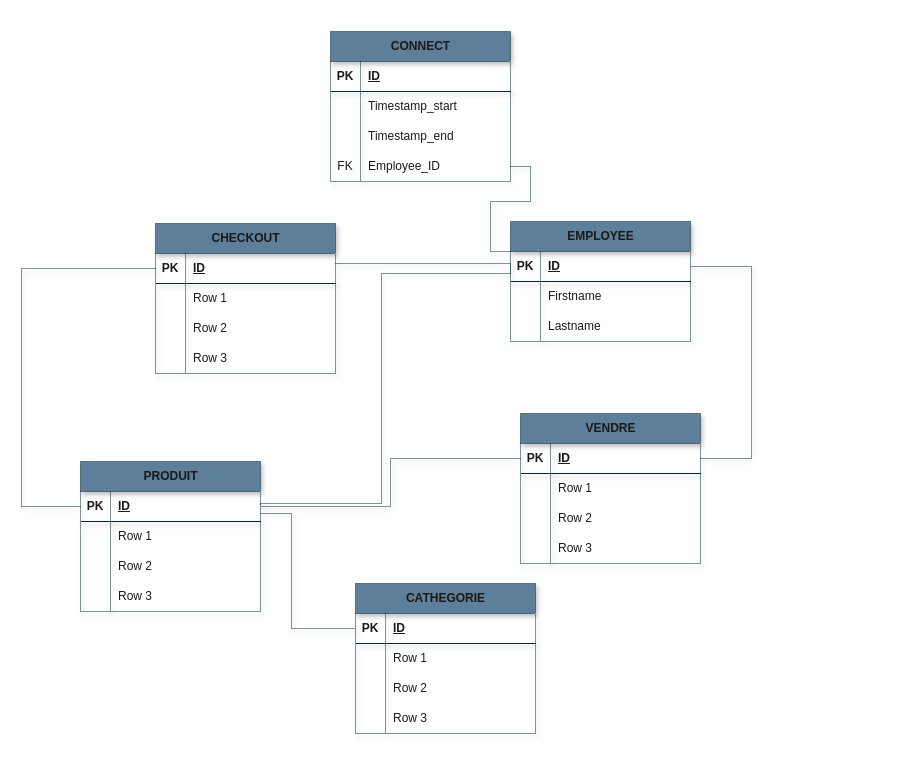
This is page "Page-3" (3 of 3) of Diagramme sans nom 6.drawio from vsilvanska/examen-info-2023, a draw.io file, before an edit. Source tidied: cells renumbered, new cells numbered last; positions are measured from the earlier drawing's top-left corner, leaving out a move shared by most shapes. Both pictures are drawn from the tidied source at 100%, with x=0, y=0 at pixel (21, 31).
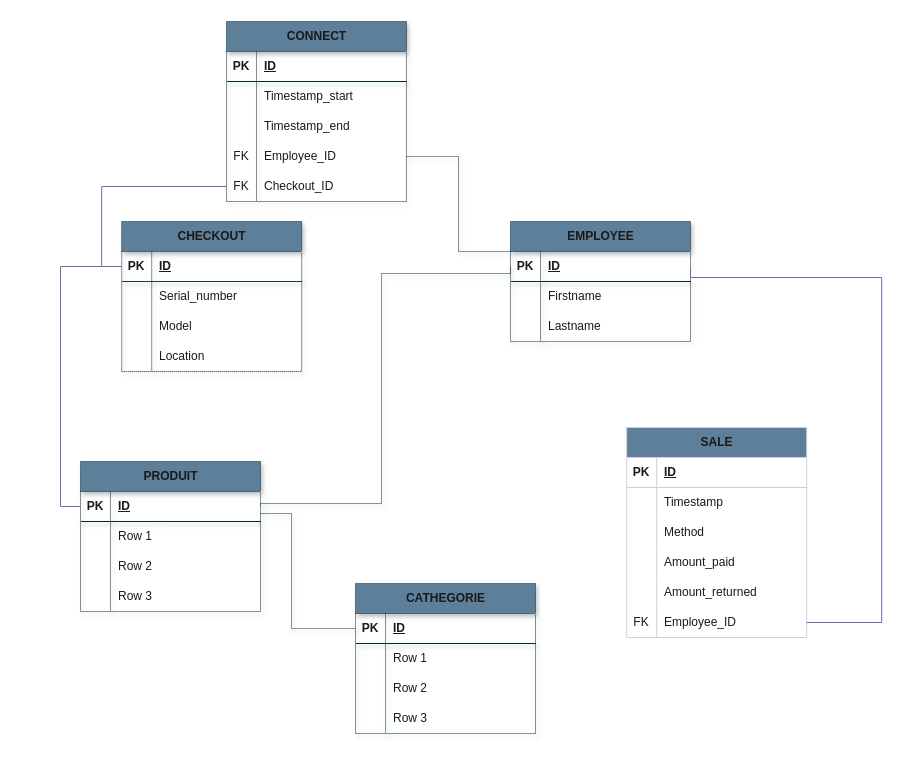
Above is the later version.

Commit message (it also covers changes not shown here):
Mettre à jour Diagramme sans nom 6.drawio

Unchanged cells that the change refers to:
```xml
<mxCell id="16" style="shape=tableRow;horizontal=0;startSize=0;swimlaneHead=0;swimlaneBody=0;fillColor=none;points=[[0,0.5],[1,0.5]];portConstraint=eastwest;top=0;left=0;right=0;bottom=1;strokeColor=#002b33;dashed=1;dashPattern=1 1;shadow=1;labelBackgroundColor=none;fontColor=#1A1A1A;" parent="15" vertex="1">
  <mxGeometry y="30" width="180" height="30" as="geometry" />
</mxCell>
<mxCell id="42" style="shape=tableRow;horizontal=0;startSize=0;swimlaneHead=0;swimlaneBody=0;fillColor=none;points=[[0,0.5],[1,0.5]];portConstraint=eastwest;top=0;left=0;right=0;bottom=1;strokeColor=#002b33;dashed=1;dashPattern=1 1;shadow=1;labelBackgroundColor=none;fontColor=#1A1A1A;" parent="41" vertex="1">
  <mxGeometry y="30" width="180" height="30" as="geometry" />
</mxCell>
<mxCell id="52" style="shape=tableRow;horizontal=0;startSize=0;swimlaneHead=0;swimlaneBody=0;fillColor=none;points=[[0,0.5],[1,0.5]];portConstraint=eastwest;top=0;left=0;right=0;bottom=1;strokeColor=#002b33;dashed=1;dashPattern=1 1;shadow=1;labelBackgroundColor=none;fontColor=#1A1A1A;" parent="51" vertex="1">
  <mxGeometry y="30" width="180" height="30" as="geometry" />
</mxCell>
<mxCell id="55" style="shape=tableRow;horizontal=0;startSize=0;swimlaneHead=0;swimlaneBody=0;fillColor=none;top=0;left=0;right=0;bottom=0;strokeColor=#002b33;dashed=1;dashPattern=1 1;shadow=1;labelBackgroundColor=none;fontColor=#1A1A1A;" parent="51" vertex="1">
  <mxGeometry y="60" width="180" height="30" as="geometry" />
</mxCell>
<mxCell id="58" style="shape=tableRow;horizontal=0;startSize=0;swimlaneHead=0;swimlaneBody=0;fillColor=none;top=0;left=0;right=0;bottom=0;strokeColor=#002b33;dashed=1;dashPattern=1 1;shadow=1;labelBackgroundColor=none;fontColor=#1A1A1A;" parent="51" vertex="1">
  <mxGeometry y="90" width="180" height="30" as="geometry" />
</mxCell>
```

The edit, as a diff of the source:
```diff
@@
-    <mxCell id="28" value="VENDRE" style="shape=table;startSize=30;childLayout=tableLayout;rowLines=0;fontStyle=1;align=center;html=1;strokeColor=#002b33;dashed=1;dashPattern=1 1;shadow=1;labelBackgroundColor=none;fillColor=#5D7F99;fontColor=#1A1A1A;" parent="1" vertex="1">
-      <mxGeometry x="499" y="382" width="180" height="150" as="geometry" />
-    </mxCell>
-    <mxCell id="29" style="shape=tableRow;horizontal=0;startSize=0;swimlaneHead=0;swimlaneBody=0;fillColor=none;points=[[0,0.5],[1,0.5]];portConstraint=eastwest;top=0;left=0;right=0;bottom=1;strokeColor=#002b33;dashed=1;dashPattern=1 1;shadow=1;labelBackgroundColor=none;fontColor=#1A1A1A;" parent="28" vertex="1">
-      <mxGeometry y="30" width="180" height="30" as="geometry" />
-    </mxCell>
-    <mxCell id="30" value="PK" style="shape=partialRectangle;fillColor=none;top=0;left=0;bottom=0;right=0;fontStyle=1;overflow=hidden;whiteSpace=wrap;html=1;strokeColor=#002b33;dashed=1;dashPattern=1 1;shadow=1;labelBackgroundColor=none;fontColor=#1A1A1A;" parent="29" vertex="1">
-      <mxGeometry width="30" height="30" as="geometry" />
-    </mxCell>
-    <mxCell id="31" value="ID" style="shape=partialRectangle;fillColor=none;top=0;left=0;bottom=0;right=0;align=left;spacingLeft=6;fontStyle=5;overflow=hidden;whiteSpace=wrap;html=1;strokeColor=#002b33;dashed=1;dashPattern=1 1;shadow=1;labelBackgroundColor=none;fontColor=#1A1A1A;" parent="29" vertex="1">
-      <mxGeometry x="30" width="150" height="30" as="geometry" />
-    </mxCell>
-    <mxCell id="32" style="shape=tableRow;horizontal=0;startSize=0;swimlaneHead=0;swimlaneBody=0;fillColor=none;top=0;left=0;right=0;bottom=0;strokeColor=#002b33;dashed=1;dashPattern=1 1;shadow=1;labelBackgroundColor=none;fontColor=#1A1A1A;" parent="28" vertex="1">
-      <mxGeometry y="60" width="180" height="30" as="geometry" />
-    </mxCell>
-    <mxCell id="33" style="shape=partialRectangle;fillColor=none;top=0;left=0;bottom=0;right=0;overflow=hidden;whiteSpace=wrap;html=1;strokeColor=#002b33;dashed=1;dashPattern=1 1;shadow=1;labelBackgroundColor=none;fontColor=#1A1A1A;" parent="32" vertex="1">
-      <mxGeometry width="30" height="30" as="geometry" />
-    </mxCell>
-    <mxCell id="34" value="Row 1" style="shape=partialRectangle;fillColor=none;top=0;left=0;bottom=0;right=0;align=left;spacingLeft=6;overflow=hidden;whiteSpace=wrap;html=1;strokeColor=#002b33;dashed=1;dashPattern=1 1;shadow=1;labelBackgroundColor=none;fontColor=#1A1A1A;" parent="32" vertex="1">
-      <mxGeometry x="30" width="150" height="30" as="geometry" />
-    </mxCell>
-    <mxCell id="35" style="shape=tableRow;horizontal=0;startSize=0;swimlaneHead=0;swimlaneBody=0;fillColor=none;top=0;left=0;right=0;bottom=0;strokeColor=#002b33;dashed=1;dashPattern=1 1;shadow=1;labelBackgroundColor=none;fontColor=#1A1A1A;" parent="28" vertex="1">
-      <mxGeometry y="90" width="180" height="30" as="geometry" />
-    </mxCell>
-    <mxCell id="36" style="shape=partialRectangle;fillColor=none;top=0;left=0;bottom=0;right=0;overflow=hidden;whiteSpace=wrap;html=1;strokeColor=#002b33;dashed=1;dashPattern=1 1;shadow=1;labelBackgroundColor=none;fontColor=#1A1A1A;" parent="35" vertex="1">
-      <mxGeometry width="30" height="30" as="geometry" />
-    </mxCell>
-    <mxCell id="37" value="Row 2" style="shape=partialRectangle;fillColor=none;top=0;left=0;bottom=0;right=0;align=left;spacingLeft=6;overflow=hidden;whiteSpace=wrap;html=1;strokeColor=#002b33;dashed=1;dashPattern=1 1;shadow=1;labelBackgroundColor=none;fontColor=#1A1A1A;" parent="35" vertex="1">
-      <mxGeometry x="30" width="150" height="30" as="geometry" />
-    </mxCell>
-    <mxCell id="38" style="shape=tableRow;horizontal=0;startSize=0;swimlaneHead=0;swimlaneBody=0;fillColor=none;top=0;left=0;right=0;bottom=0;strokeColor=#002b33;dashed=1;dashPattern=1 1;shadow=1;labelBackgroundColor=none;fontColor=#1A1A1A;" parent="28" vertex="1">
-      <mxGeometry y="120" width="180" height="30" as="geometry" />
-    </mxCell>
-    <mxCell id="39" style="shape=partialRectangle;fillColor=none;top=0;left=0;bottom=0;right=0;overflow=hidden;whiteSpace=wrap;html=1;strokeColor=#002b33;dashed=1;dashPattern=1 1;shadow=1;labelBackgroundColor=none;fontColor=#1A1A1A;" parent="38" vertex="1">
-      <mxGeometry width="30" height="30" as="geometry" />
-    </mxCell>
-    <mxCell id="40" value="Row 3" style="shape=partialRectangle;fillColor=none;top=0;left=0;bottom=0;right=0;align=left;spacingLeft=6;overflow=hidden;whiteSpace=wrap;html=1;strokeColor=#002b33;dashed=1;dashPattern=1 1;shadow=1;labelBackgroundColor=none;fontColor=#1A1A1A;" parent="38" vertex="1">
-      <mxGeometry x="30" width="150" height="30" as="geometry" />
-    </mxCell>
@@
     <mxCell id="51" value="CHECKOUT" style="shape=table;startSize=30;childLayout=tableLayout;rowLines=0;fontStyle=1;align=center;html=1;strokeColor=#002b33;dashed=1;dashPattern=1 1;shadow=1;labelBackgroundColor=none;fillColor=#5D7F99;fontColor=#1A1A1A;" parent="1" vertex="1">
-      <mxGeometry x="134" y="192" width="180" height="150" as="geometry" />
+      <mxGeometry x="100.2" y="190" width="180" height="150" as="geometry" />
     </mxCell>
@@
-    <mxCell id="57" value="Row 1" style="shape=partialRectangle;fillColor=none;top=0;left=0;bottom=0;right=0;align=left;spacingLeft=6;overflow=hidden;whiteSpace=wrap;html=1;strokeColor=#002b33;dashed=1;dashPattern=1 1;shadow=1;labelBackgroundColor=none;fontColor=#1A1A1A;" parent="55" vertex="1">
+    <mxCell id="57" value="Serial_number" style="shape=partialRectangle;fillColor=none;top=0;left=0;bottom=0;right=0;align=left;spacingLeft=6;overflow=hidden;whiteSpace=wrap;html=1;strokeColor=#002b33;dashed=1;dashPattern=1 1;shadow=1;labelBackgroundColor=none;fontColor=#1A1A1A;" parent="55" vertex="1">
       <mxGeometry x="30" width="150" height="30" as="geometry" />
     </mxCell>
@@
-    <mxCell id="60" value="Row 2" style="shape=partialRectangle;fillColor=none;top=0;left=0;bottom=0;right=0;align=left;spacingLeft=6;overflow=hidden;whiteSpace=wrap;html=1;strokeColor=#002b33;dashed=1;dashPattern=1 1;shadow=1;labelBackgroundColor=none;fontColor=#1A1A1A;" parent="58" vertex="1">
+    <mxCell id="60" value="Model" style="shape=partialRectangle;fillColor=none;top=0;left=0;bottom=0;right=0;align=left;spacingLeft=6;overflow=hidden;whiteSpace=wrap;html=1;strokeColor=#002b33;dashed=1;dashPattern=1 1;shadow=1;labelBackgroundColor=none;fontColor=#1A1A1A;" parent="58" vertex="1">
       <mxGeometry x="30" width="150" height="30" as="geometry" />
     </mxCell>
-    <mxCell id="61" style="shape=tableRow;horizontal=0;startSize=0;swimlaneHead=0;swimlaneBody=0;fillColor=none;top=0;left=0;right=0;bottom=0;strokeColor=#002b33;dashed=1;dashPattern=1 1;shadow=1;labelBackgroundColor=none;fontColor=#1A1A1A;" parent="51" vertex="1">
-      <mxGeometry y="120" width="180" height="30" as="geometry" />
-    </mxCell>
-    <mxCell id="62" style="shape=partialRectangle;fillColor=none;top=0;left=0;bottom=0;right=0;overflow=hidden;whiteSpace=wrap;html=1;strokeColor=#002b33;dashed=1;dashPattern=1 1;shadow=1;labelBackgroundColor=none;fontColor=#1A1A1A;" parent="61" vertex="1">
-      <mxGeometry width="30" height="30" as="geometry" />
-    </mxCell>
-    <mxCell id="63" value="Row 3" style="shape=partialRectangle;fillColor=none;top=0;left=0;bottom=0;right=0;align=left;spacingLeft=6;overflow=hidden;whiteSpace=wrap;html=1;strokeColor=#002b33;dashed=1;dashPattern=1 1;shadow=1;labelBackgroundColor=none;fontColor=#1A1A1A;" parent="61" vertex="1">
-      <mxGeometry x="30" width="150" height="30" as="geometry" />
-    </mxCell>
-    <mxCell id="64" style="edgeStyle=orthogonalEdgeStyle;rounded=0;jettySize=auto;html=1;exitX=1;exitY=0.5;exitDx=0;exitDy=0;entryX=1;entryY=0.5;entryDx=0;entryDy=0;endArrow=none;endFill=0;strokeColor=#002b33;dashed=1;dashPattern=1 1;shadow=1;labelBackgroundColor=none;fontColor=default;" parent="1" edge="1" source="29" target="42">
-      <mxGeometry relative="1" as="geometry">
-        <Array as="points">
-          <mxPoint x="730" y="427" />
-          <mxPoint x="730" y="235" />
-        </Array>
-      </mxGeometry>
-    </mxCell>
+    <mxCell id="84" style="shape=tableRow;horizontal=0;startSize=0;swimlaneHead=0;swimlaneBody=0;fillColor=none;top=0;left=0;right=0;bottom=0;strokeColor=#002b33;dashed=1;dashPattern=1 1;shadow=1;labelBackgroundColor=none;fontColor=#1A1A1A;" parent="51" vertex="1">
+      <mxGeometry y="120" width="180" height="30" as="geometry" />
+    </mxCell>
+    <mxCell id="85" style="shape=partialRectangle;fillColor=none;top=0;left=0;bottom=0;right=0;overflow=hidden;whiteSpace=wrap;html=1;strokeColor=#002b33;dashed=1;dashPattern=1 1;shadow=1;labelBackgroundColor=none;fontColor=#1A1A1A;" parent="84" vertex="1">
+      <mxGeometry width="30" height="30" as="geometry" />
+    </mxCell>
+    <mxCell id="86" value="Location" style="shape=partialRectangle;fillColor=none;top=0;left=0;bottom=0;right=0;align=left;spacingLeft=6;overflow=hidden;whiteSpace=wrap;html=1;strokeColor=#002b33;dashed=1;dashPattern=1 1;shadow=1;labelBackgroundColor=none;fontColor=#1A1A1A;" parent="84" vertex="1">
+      <mxGeometry x="30" width="150" height="30" as="geometry" />
+    </mxCell>
@@
-    <mxCell id="66" style="edgeStyle=orthogonalEdgeStyle;rounded=0;jettySize=auto;html=1;exitX=0;exitY=0.5;exitDx=0;exitDy=0;entryX=0;entryY=0.5;entryDx=0;entryDy=0;endArrow=none;endFill=0;strokeColor=#002b33;dashed=1;dashPattern=1 1;shadow=1;labelBackgroundColor=none;fontColor=default;" parent="1" edge="1" source="52" target="16">
-      <mxGeometry relative="1" as="geometry">
-        <Array as="points">
-          <mxPoint y="237" />
-          <mxPoint y="475" />
-        </Array>
-      </mxGeometry>
-    </mxCell>
-    <mxCell id="67" style="edgeStyle=orthogonalEdgeStyle;rounded=0;jettySize=auto;html=1;entryX=0;entryY=0.5;entryDx=0;entryDy=0;endArrow=none;endFill=0;strokeColor=#002b33;dashed=1;dashPattern=1 1;shadow=1;labelBackgroundColor=none;fontColor=default;" parent="1" edge="1" source="52" target="42">
-      <mxGeometry relative="1" as="geometry">
-        <Array as="points">
-          <mxPoint x="489" y="232" />
-        </Array>
-      </mxGeometry>
-    </mxCell>
@@
-    <mxCell id="69" style="edgeStyle=orthogonalEdgeStyle;rounded=0;jettySize=auto;html=1;exitX=0;exitY=0.5;exitDx=0;exitDy=0;entryX=1;entryY=0.5;entryDx=0;entryDy=0;endArrow=none;endFill=0;strokeColor=#002b33;dashed=1;dashPattern=1 1;shadow=1;labelBackgroundColor=none;fontColor=default;" parent="1" edge="1" source="29" target="16">
-      <mxGeometry relative="1" as="geometry" />
-    </mxCell>
     <mxCell id="70" value="CONNECT" style="shape=table;startSize=30;childLayout=tableLayout;rowLines=0;fontStyle=1;align=center;html=1;strokeColor=#002b33;dashed=1;dashPattern=1 1;shadow=1;labelBackgroundColor=none;fillColor=#5D7F99;fontColor=#1A1A1A;" parent="1" vertex="1">
-      <mxGeometry x="309" width="180" height="150" as="geometry" />
+      <mxGeometry x="205" y="-10" width="180" height="180" as="geometry" />
     </mxCell>
@@
+    <mxCell id="87" style="shape=tableRow;horizontal=0;startSize=0;swimlaneHead=0;swimlaneBody=0;fillColor=none;points=[[0,0.5],[1,0.5]];portConstraint=eastwest;top=0;left=0;right=0;bottom=0;strokeColor=#002b33;dashed=1;dashPattern=1 1;shadow=1;labelBackgroundColor=none;fontColor=#1A1A1A;" parent="70" vertex="1">
+      <mxGeometry y="150" width="180" height="30" as="geometry" />
+    </mxCell>
+    <mxCell id="88" value="FK" style="shape=partialRectangle;fillColor=none;top=0;left=0;bottom=0;right=0;overflow=hidden;whiteSpace=wrap;html=1;strokeColor=#002b33;dashed=1;dashPattern=1 1;shadow=1;labelBackgroundColor=none;fontColor=#1A1A1A;" parent="87" vertex="1">
+      <mxGeometry width="30" height="30" as="geometry" />
+    </mxCell>
+    <mxCell id="89" value="Checkout_ID" style="shape=partialRectangle;fillColor=none;top=0;left=0;bottom=0;right=0;align=left;spacingLeft=6;overflow=hidden;whiteSpace=wrap;html=1;strokeColor=#002b33;dashed=1;dashPattern=1 1;shadow=1;labelBackgroundColor=none;fontColor=#1A1A1A;" parent="87" vertex="1">
+      <mxGeometry x="30" width="150" height="30" as="geometry" />
+    </mxCell>
@@
+    <mxCell id="90" style="edgeStyle=orthogonalEdgeStyle;rounded=0;jettySize=auto;html=1;exitX=0;exitY=0.5;exitDx=0;exitDy=0;entryX=0;entryY=0.5;entryDx=0;entryDy=0;strokeColor=#736CA8;fontColor=#1A1A1A;endArrow=none;endFill=0;" parent="1" edge="1" source="87" target="52">
+      <mxGeometry relative="1" as="geometry" />
+    </mxCell>
+    <mxCell id="66" style="edgeStyle=orthogonalEdgeStyle;rounded=0;jettySize=auto;html=1;exitX=0;exitY=0.5;exitDx=0;exitDy=0;entryX=0;entryY=0.5;entryDx=0;entryDy=0;strokeColor=#736CA8;fontColor=#1A1A1A;endArrow=none;endFill=0;" parent="1" edge="1" source="52" target="16">
+      <mxGeometry relative="1" as="geometry" />
+    </mxCell>
+    <mxCell id="91" value="SALE" style="shape=table;startSize=30;childLayout=tableLayout;rowLines=0;fontStyle=1;align=center;html=1;strokeColor=#D0CEE2;fontColor=#1A1A1A;fillColor=#5D7F99;" parent="1" vertex="1">
+      <mxGeometry x="605.2" y="396" width="180" height="210" as="geometry" />
+    </mxCell>
+    <mxCell id="92" style="shape=tableRow;horizontal=0;startSize=0;swimlaneHead=0;swimlaneBody=0;fillColor=none;top=0;left=0;right=0;bottom=1;strokeColor=#D0CEE2;fontColor=#1A1A1A;" parent="91" vertex="1">
+      <mxGeometry y="30" width="180" height="30" as="geometry" />
+    </mxCell>
+    <mxCell id="30" value="PK" style="shape=partialRectangle;fillColor=none;top=0;left=0;bottom=0;right=0;fontStyle=1;overflow=hidden;whiteSpace=wrap;html=1;strokeColor=#D0CEE2;fontColor=#1A1A1A;" parent="92" vertex="1">
+      <mxGeometry width="30" height="30" as="geometry" />
+    </mxCell>
+    <mxCell id="31" value="ID" style="shape=partialRectangle;fillColor=none;top=0;left=0;bottom=0;right=0;align=left;spacingLeft=6;fontStyle=5;overflow=hidden;whiteSpace=wrap;html=1;strokeColor=#D0CEE2;fontColor=#1A1A1A;" parent="92" vertex="1">
+      <mxGeometry x="30" width="150" height="30" as="geometry" />
+    </mxCell>
+    <mxCell id="93" style="shape=tableRow;horizontal=0;startSize=0;swimlaneHead=0;swimlaneBody=0;fillColor=none;top=0;left=0;right=0;bottom=0;strokeColor=#D0CEE2;fontColor=#1A1A1A;" parent="91" vertex="1">
+      <mxGeometry y="60" width="180" height="30" as="geometry" />
+    </mxCell>
+    <mxCell id="94" style="shape=partialRectangle;fillColor=none;top=0;left=0;bottom=0;right=0;overflow=hidden;whiteSpace=wrap;html=1;strokeColor=#D0CEE2;fontColor=#1A1A1A;" parent="93" vertex="1">
+      <mxGeometry width="30" height="30" as="geometry" />
+    </mxCell>
+    <mxCell id="95" value="Timestamp" style="shape=partialRectangle;fillColor=none;top=0;left=0;bottom=0;right=0;align=left;spacingLeft=6;overflow=hidden;whiteSpace=wrap;html=1;strokeColor=#D0CEE2;fontColor=#1A1A1A;" parent="93" vertex="1">
+      <mxGeometry x="30" width="150" height="30" as="geometry" />
+    </mxCell>
+    <mxCell id="96" style="shape=tableRow;horizontal=0;startSize=0;swimlaneHead=0;swimlaneBody=0;fillColor=none;top=0;left=0;right=0;bottom=0;strokeColor=#D0CEE2;fontColor=#1A1A1A;" parent="91" vertex="1">
+      <mxGeometry y="90" width="180" height="30" as="geometry" />
+    </mxCell>
+    <mxCell id="97" style="shape=partialRectangle;fillColor=none;top=0;left=0;bottom=0;right=0;overflow=hidden;whiteSpace=wrap;html=1;strokeColor=#D0CEE2;fontColor=#1A1A1A;" parent="96" vertex="1">
+      <mxGeometry width="30" height="30" as="geometry" />
+    </mxCell>
+    <mxCell id="98" value="Method" style="shape=partialRectangle;fillColor=none;top=0;left=0;bottom=0;right=0;align=left;spacingLeft=6;overflow=hidden;whiteSpace=wrap;html=1;strokeColor=#D0CEE2;fontColor=#1A1A1A;" parent="96" vertex="1">
+      <mxGeometry x="30" width="150" height="30" as="geometry" />
+    </mxCell>
+    <mxCell id="99" style="shape=tableRow;horizontal=0;startSize=0;swimlaneHead=0;swimlaneBody=0;fillColor=none;top=0;left=0;right=0;bottom=0;strokeColor=#D0CEE2;fontColor=#1A1A1A;" parent="91" vertex="1">
+      <mxGeometry y="120" width="180" height="30" as="geometry" />
+    </mxCell>
+    <mxCell id="100" style="shape=partialRectangle;fillColor=none;top=0;left=0;bottom=0;right=0;overflow=hidden;whiteSpace=wrap;html=1;strokeColor=#D0CEE2;fontColor=#1A1A1A;" parent="99" vertex="1">
+      <mxGeometry width="30" height="30" as="geometry" />
+    </mxCell>
+    <mxCell id="101" value="Amount_paid" style="shape=partialRectangle;fillColor=none;top=0;left=0;bottom=0;right=0;align=left;spacingLeft=6;overflow=hidden;whiteSpace=wrap;html=1;strokeColor=#D0CEE2;fontColor=#1A1A1A;" parent="99" vertex="1">
+      <mxGeometry x="30" width="150" height="30" as="geometry" />
+    </mxCell>
+    <mxCell id="102" style="shape=tableRow;horizontal=0;startSize=0;swimlaneHead=0;swimlaneBody=0;fillColor=none;top=0;left=0;right=0;bottom=0;strokeColor=#D0CEE2;fontColor=#1A1A1A;" parent="91" vertex="1">
+      <mxGeometry y="150" width="180" height="30" as="geometry" />
+    </mxCell>
+    <mxCell id="103" style="shape=partialRectangle;fillColor=none;top=0;left=0;bottom=0;right=0;overflow=hidden;whiteSpace=wrap;html=1;strokeColor=#D0CEE2;fontColor=#1A1A1A;" parent="102" vertex="1">
+      <mxGeometry width="30" height="30" as="geometry" />
+    </mxCell>
+    <mxCell id="104" value="Amount_returned" style="shape=partialRectangle;fillColor=none;top=0;left=0;bottom=0;right=0;align=left;spacingLeft=6;overflow=hidden;whiteSpace=wrap;html=1;strokeColor=#D0CEE2;fontColor=#1A1A1A;" parent="102" vertex="1">
+      <mxGeometry x="30" width="150" height="30" as="geometry" />
+    </mxCell>
+    <mxCell id="105" style="shape=tableRow;horizontal=0;startSize=0;swimlaneHead=0;swimlaneBody=0;fillColor=none;points=[[0,0.5],[1,0.5]];portConstraint=eastwest;top=0;left=0;right=0;bottom=0;strokeColor=#D0CEE2;fontColor=#1A1A1A;" parent="91" vertex="1">
+      <mxGeometry y="180" width="180" height="30" as="geometry" />
+    </mxCell>
+    <mxCell id="106" value="FK" style="shape=partialRectangle;fillColor=none;top=0;left=0;bottom=0;right=0;overflow=hidden;whiteSpace=wrap;html=1;strokeColor=#D0CEE2;fontColor=#1A1A1A;" parent="105" vertex="1">
+      <mxGeometry width="30" height="30" as="geometry" />
+    </mxCell>
+    <mxCell id="107" value="Employee_ID" style="shape=partialRectangle;fillColor=none;top=0;left=0;bottom=0;right=0;align=left;spacingLeft=6;overflow=hidden;whiteSpace=wrap;html=1;strokeColor=#D0CEE2;fontColor=#1A1A1A;" parent="105" vertex="1">
+      <mxGeometry x="30" width="150" height="30" as="geometry" />
+    </mxCell>
+    <mxCell id="108" style="edgeStyle=orthogonalEdgeStyle;rounded=0;jettySize=auto;html=1;strokeColor=#736CA8;fontColor=#1A1A1A;entryX=1;entryY=0.5;entryDx=0;entryDy=0;endArrow=none;endFill=0;" parent="1" edge="1" source="105" target="42">
+      <mxGeometry relative="1" as="geometry">
+        <Array as="points">
+          <mxPoint x="860.2" y="591" />
+          <mxPoint x="860.2" y="246" />
+          <mxPoint x="669.2" y="246" />
+        </Array>
+      </mxGeometry>
+    </mxCell>
```
